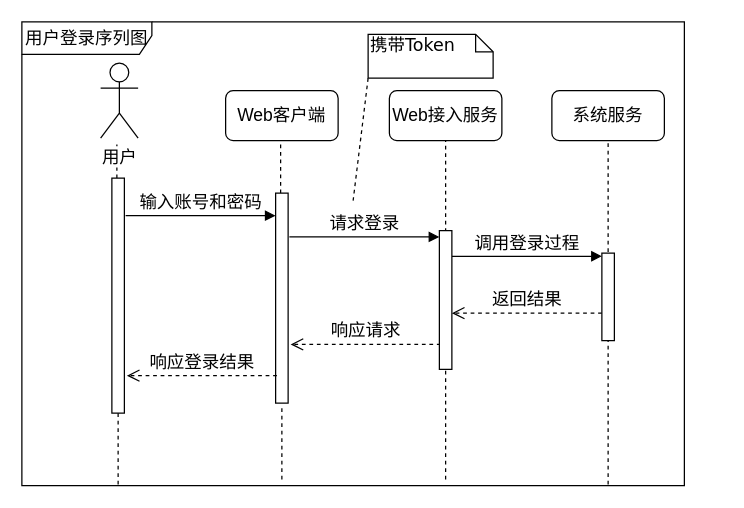
waterwatermelon/graph keeps this draw.io diagram as sequence-login.drawio. Above is the earlier version. Source tidied: cells renumbered, new cells numbered last; positions are measured from the earlier drawing's top-left corner, leaving out a move shared by most shapes. Both pictures are drawn from the tidied source at 125%, with x=0, y=0 at pixel (21, 21).
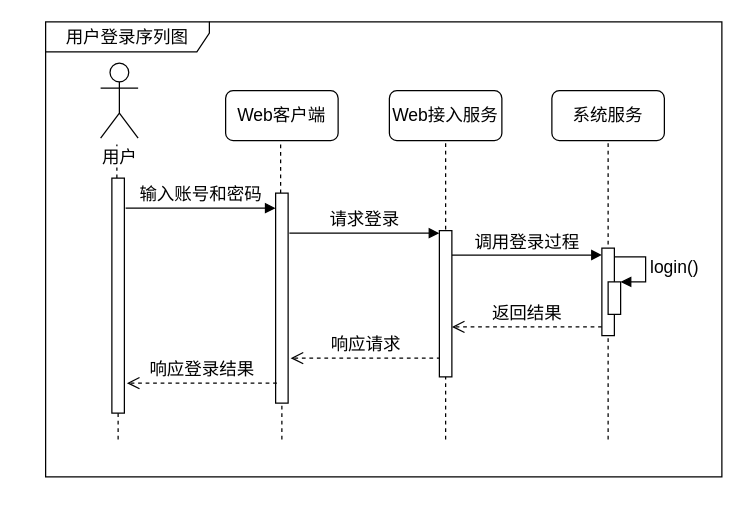
After the change.

Diff of the diagram source:
```diff
@@
-    <mxCell id="2" value="&lt;font style=&quot;font-size: 14px&quot;&gt;用户登录序列图&lt;/font&gt;" style="shape=umlFrame;whiteSpace=wrap;html=1;width=104;height=26;" parent="1" vertex="1">
-      <mxGeometry width="530" height="371" as="geometry" />
+    <mxCell id="2" value="&lt;font style=&quot;font-size: 14px&quot;&gt;用户登录序列图&lt;/font&gt;" style="shape=umlFrame;whiteSpace=wrap;html=1;width=131;height=24;" parent="1" vertex="1">
+      <mxGeometry x="19" width="541" height="364" as="geometry" />
     </mxCell>
     <mxCell id="3" style="endArrow=none;dashed=1;html=1;fontSize=14;fontColor=#000000;" parent="1" edge="1">
       <mxGeometry relative="1" as="geometry">
-        <mxPoint x="469" y="370" as="sourcePoint" />
+        <mxPoint x="469" y="334" as="sourcePoint" />
         <mxPoint x="469" y="95" as="targetPoint" />
       </mxGeometry>
     </mxCell>
     <mxCell id="4" style="endArrow=none;dashed=1;html=1;fontSize=14;fontColor=#000000;" parent="1" edge="1">
       <mxGeometry relative="1" as="geometry">
-        <mxPoint x="339" y="366" as="sourcePoint" />
+        <mxPoint x="339" y="334" as="sourcePoint" />
         <mxPoint x="339" y="95" as="targetPoint" />
       </mxGeometry>
     </mxCell>
@@
-    <mxCell id="6" style="rounded=0;jettySize=auto;html=1;exitX=0;exitY=1;exitDx=0;exitDy=0;exitPerimeter=0;endArrow=none;endFill=0;dashed=1;" parent="1" edge="1" source="7">
-      <mxGeometry relative="1" as="geometry">
-        <mxPoint x="265" y="143" as="targetPoint" />
-      </mxGeometry>
-    </mxCell>
-    <mxCell id="7" value="携带Token" style="shape=note;whiteSpace=wrap;html=1;size=14;verticalAlign=top;align=left;spacingTop=-6;rounded=0;shadow=0;comic=0;labelBackgroundColor=none;strokeColor=#000000;strokeWidth=1;fillColor=#FFFFFF;fontFamily=Verdana;fontSize=14;fontColor=#000000;" parent="1" vertex="1">
-      <mxGeometry x="277" y="10" width="100" height="35" as="geometry" />
-    </mxCell>
@@
     <mxCell id="10" value="请求登录" style="html=1;verticalAlign=bottom;endArrow=block;entryX=0;entryY=0;labelBackgroundColor=none;fontFamily=Verdana;fontSize=14;edgeStyle=elbowEdgeStyle;elbow=vertical;fontColor=#000000;" parent="1" edge="1">
       <mxGeometry relative="1" as="geometry">
-        <mxPoint x="214" y="172" as="sourcePoint" />
-        <mxPoint x="334" y="172" as="targetPoint" />
+        <mxPoint x="214" y="169" as="sourcePoint" />
+        <mxPoint x="334" y="169" as="targetPoint" />
       </mxGeometry>
     </mxCell>
@@
     <mxCell id="13" value="调用登录过程" style="html=1;verticalAlign=bottom;endArrow=block;entryX=0;entryY=0;labelBackgroundColor=none;fontFamily=Verdana;fontSize=14;elbow=vertical;fontColor=#000000;" parent="1" edge="1">
       <mxGeometry relative="1" as="geometry">
-        <mxPoint x="344" y="187.5" as="sourcePoint" />
-        <mxPoint x="464" y="187.5" as="targetPoint" />
+        <mxPoint x="344" y="186.5" as="sourcePoint" />
+        <mxPoint x="464" y="186.5" as="targetPoint" />
       </mxGeometry>
     </mxCell>
     <mxCell id="14" value="返回结果" style="html=1;verticalAlign=bottom;endArrow=open;dashed=1;endSize=8;labelBackgroundColor=none;fontFamily=Verdana;fontSize=14;fontColor=#000000;" parent="1" edge="1">
       <mxGeometry relative="1" as="geometry">
-        <mxPoint x="464" y="233" as="sourcePoint" />
-        <mxPoint x="344" y="233" as="targetPoint" />
+        <mxPoint x="464" y="244" as="sourcePoint" />
+        <mxPoint x="344" y="244" as="targetPoint" />
       </mxGeometry>
     </mxCell>
     <mxCell id="15" value="响应请求" style="html=1;verticalAlign=bottom;endArrow=open;dashed=1;endSize=8;labelBackgroundColor=none;fontFamily=Verdana;fontSize=14;fontColor=#000000;" parent="1" edge="1">
       <mxGeometry relative="1" as="geometry">
-        <mxPoint x="335" y="258" as="sourcePoint" />
-        <mxPoint x="215" y="258" as="targetPoint" />
+        <mxPoint x="335" y="269" as="sourcePoint" />
+        <mxPoint x="215" y="269" as="targetPoint" />
       </mxGeometry>
     </mxCell>
@@
     <mxCell id="18" value="输入账号和密码" style="html=1;verticalAlign=bottom;endArrow=block;entryX=0;entryY=0;labelBackgroundColor=none;fontFamily=Verdana;fontSize=14;elbow=vertical;fontColor=#000000;" parent="1" edge="1">
       <mxGeometry relative="1" as="geometry">
-        <mxPoint x="83" y="155" as="sourcePoint" />
-        <mxPoint x="203" y="155" as="targetPoint" />
+        <mxPoint x="83" y="149" as="sourcePoint" />
+        <mxPoint x="203" y="149" as="targetPoint" />
       </mxGeometry>
     </mxCell>
@@
     <mxCell id="20" value="响应登录结果" style="html=1;verticalAlign=bottom;endArrow=open;dashed=1;endSize=8;labelBackgroundColor=none;fontFamily=Verdana;fontSize=14;fontColor=#000000;" parent="1" edge="1">
       <mxGeometry relative="1" as="geometry">
-        <mxPoint x="204" y="283" as="sourcePoint" />
-        <mxPoint x="84" y="283" as="targetPoint" />
+        <mxPoint x="204" y="289" as="sourcePoint" />
+        <mxPoint x="84" y="289" as="targetPoint" />
       </mxGeometry>
     </mxCell>
     <mxCell id="21" style="html=1;perimeter=orthogonalPerimeter;rounded=0;shadow=0;comic=0;labelBackgroundColor=none;strokeColor=#000000;strokeWidth=1;fillColor=#FFFFFF;fontFamily=Verdana;fontSize=14;fontColor=#000000;align=center;" parent="1" vertex="1">
-      <mxGeometry x="334" y="167" width="10" height="111" as="geometry" />
+      <mxGeometry x="334" y="167" width="10" height="117" as="geometry" />
     </mxCell>
     <mxCell id="22" style="html=1;perimeter=orthogonalPerimeter;rounded=0;shadow=0;comic=0;labelBackgroundColor=none;strokeColor=#000000;strokeWidth=1;fillColor=#FFFFFF;fontFamily=Verdana;fontSize=14;fontColor=#000000;align=center;" parent="1" vertex="1">
-      <mxGeometry x="464" y="185" width="10" height="70" as="geometry" />
+      <mxGeometry x="464" y="181" width="10" height="70" as="geometry" />
     </mxCell>
     <mxCell id="23" style="endArrow=none;dashed=1;html=1;fontSize=14;fontColor=#000000;" parent="1" edge="1">
       <mxGeometry relative="1" as="geometry">
-        <mxPoint x="208" y="366" as="sourcePoint" />
+        <mxPoint x="208" y="334" as="sourcePoint" />
         <mxPoint x="208" y="307" as="targetPoint" />
       </mxGeometry>
     </mxCell>
     <mxCell id="24" style="endArrow=none;dashed=1;html=1;fontSize=14;fontColor=#000000;" parent="1" edge="1">
       <mxGeometry relative="1" as="geometry">
-        <mxPoint x="77" y="370" as="sourcePoint" />
+        <mxPoint x="77" y="334" as="sourcePoint" />
         <mxPoint x="77" y="311" as="targetPoint" />
       </mxGeometry>
     </mxCell>
+    <mxCell id="25" style="html=1;points=[];perimeter=orthogonalPerimeter;fontSize=14;" parent="1" vertex="1">
+      <mxGeometry x="469" y="208" width="10" height="26" as="geometry" />
+    </mxCell>
+    <mxCell id="26" value="login()" style="edgeStyle=orthogonalEdgeStyle;html=1;align=left;spacingLeft=2;endArrow=block;rounded=0;entryX=1;entryY=0;fontSize=14;" parent="1" edge="1" target="25">
+      <mxGeometry relative="1" as="geometry">
+        <mxPoint x="474" y="188" as="sourcePoint" />
+        <Array as="points">
+          <mxPoint x="499" y="188" />
+        </Array>
+      </mxGeometry>
+    </mxCell>
```
